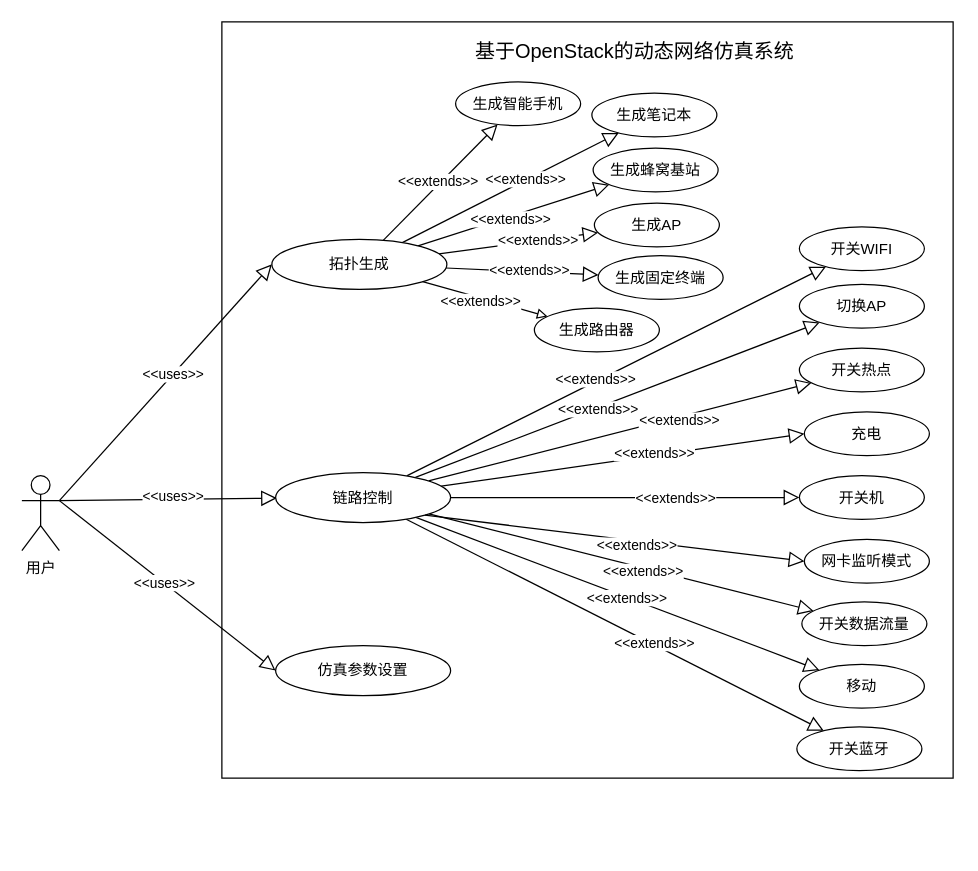
Earlier version of the draw.io diagram page "0422_用例图" (12 of 12) of 仿真功能模块UML类图.drawio (Icarus1994/neutron_conf). Source tidied: cells renumbered, new cells numbered last; positions are measured from the earlier drawing's top-left corner, leaving out a move shared by most shapes. Both pictures are drawn from the tidied source at 125%, with x=0, y=0 at pixel (21, 21).
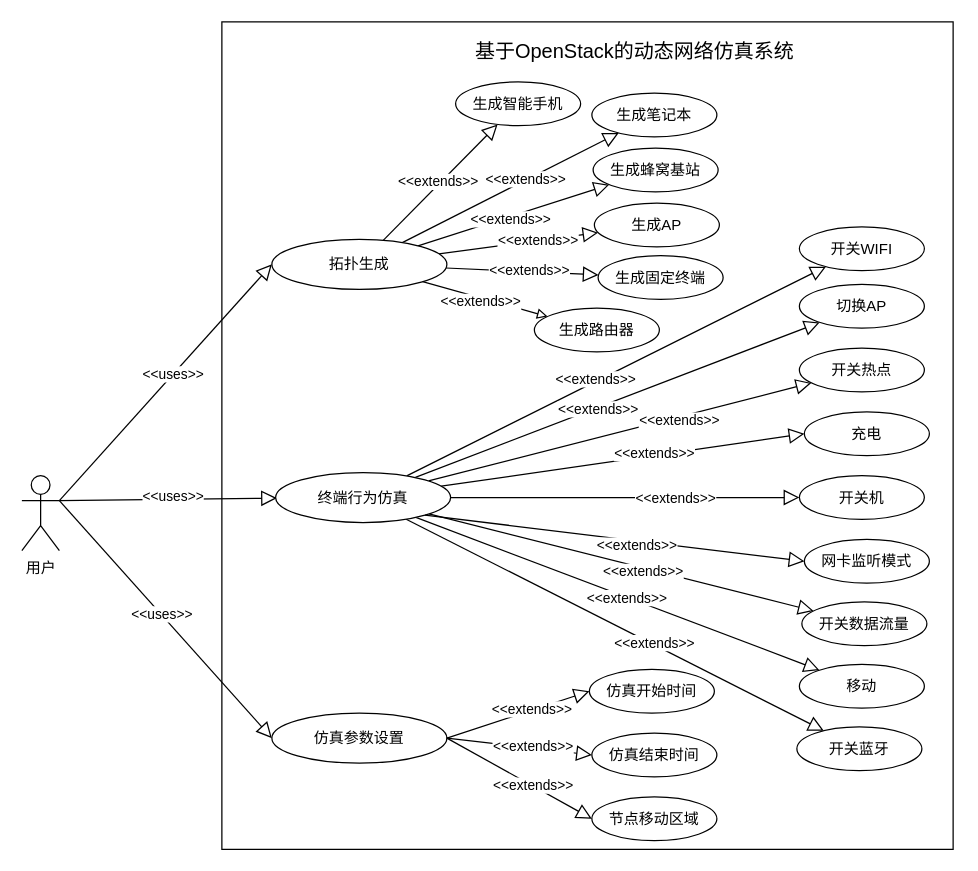
Above is the later version.

The edit, as a diff of the source:
```diff
@@
     <mxCell id="2" style="html=1;" parent="1" vertex="1">
-      <mxGeometry x="160" width="585" height="605" as="geometry" />
+      <mxGeometry x="160" width="585" height="662" as="geometry" />
     </mxCell>
@@
     <mxCell id="10" value="仿真参数设置" style="ellipse;whiteSpace=wrap;html=1;" parent="1" vertex="1">
-      <mxGeometry x="203" y="499" width="140" height="40" as="geometry" />
+      <mxGeometry x="200" y="553" width="140" height="40" as="geometry" />
     </mxCell>
@@
-    <mxCell id="46" value="链路控制" style="ellipse;whiteSpace=wrap;html=1;" parent="1" vertex="1">
+    <mxCell id="46" value="终端行为仿真" style="ellipse;whiteSpace=wrap;html=1;" parent="1" vertex="1">
       <mxGeometry x="203" y="360.5" width="140" height="40" as="geometry" />
     </mxCell>
@@
+    <mxCell id="60" value="仿真开始时间" style="ellipse;whiteSpace=wrap;html=1;" parent="1" vertex="1">
+      <mxGeometry x="454" y="518" width="100" height="35" as="geometry" />
+    </mxCell>
+    <mxCell id="61" value="仿真结束时间" style="ellipse;whiteSpace=wrap;html=1;" parent="1" vertex="1">
+      <mxGeometry x="456" y="569" width="100" height="35" as="geometry" />
+    </mxCell>
+    <mxCell id="62" value="节点移动区域" style="ellipse;whiteSpace=wrap;html=1;" parent="1" vertex="1">
+      <mxGeometry x="456" y="620" width="100" height="35" as="geometry" />
+    </mxCell>
+    <mxCell id="63" style="edgeStyle=none;rounded=0;jettySize=auto;html=1;endArrow=block;endFill=0;endSize=10;exitX=1;exitY=0.5;exitDx=0;exitDy=0;entryX=0;entryY=0.5;entryDx=0;entryDy=0;" parent="1" edge="1" source="10" target="60">
+      <mxGeometry relative="1" as="geometry" />
+    </mxCell>
+    <mxCell id="64" value="&amp;lt;&amp;lt;extends&amp;gt;&amp;gt;" style="edgeLabel;html=1;align=center;verticalAlign=middle;" parent="63" vertex="1">
+      <mxGeometry x="0.18" y="1" relative="1" as="geometry" />
+    </mxCell>
+    <mxCell id="65" style="edgeStyle=none;rounded=0;jettySize=auto;html=1;endArrow=block;endFill=0;endSize=10;exitX=1;exitY=0.5;exitDx=0;exitDy=0;entryX=0;entryY=0.5;entryDx=0;entryDy=0;" parent="1" edge="1" source="10" target="61">
+      <mxGeometry relative="1" as="geometry" />
+    </mxCell>
+    <mxCell id="66" value="&amp;lt;&amp;lt;extends&amp;gt;&amp;gt;" style="edgeLabel;html=1;align=center;verticalAlign=middle;" parent="65" vertex="1">
+      <mxGeometry x="0.18" y="1" relative="1" as="geometry" />
+    </mxCell>
+    <mxCell id="67" style="edgeStyle=none;rounded=0;jettySize=auto;html=1;endArrow=block;endFill=0;endSize=10;exitX=1;exitY=0.5;exitDx=0;exitDy=0;entryX=0;entryY=0.5;entryDx=0;entryDy=0;" parent="1" edge="1" source="10" target="62">
+      <mxGeometry relative="1" as="geometry" />
+    </mxCell>
+    <mxCell id="68" value="&amp;lt;&amp;lt;extends&amp;gt;&amp;gt;" style="edgeLabel;html=1;align=center;verticalAlign=middle;" parent="67" vertex="1">
+      <mxGeometry x="0.18" y="1" relative="1" as="geometry" />
+    </mxCell>
```
